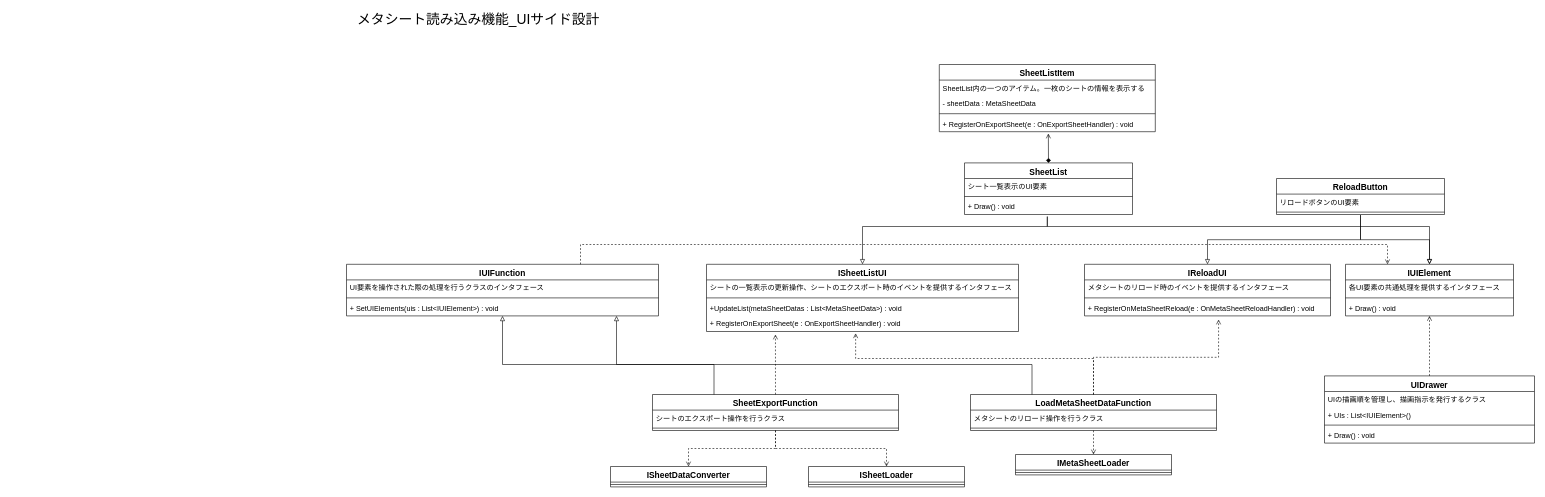
Above: Designs/メタシート読み込み機能設計_UIサイド設計.drawio in Dumble009/GoogleDriveDownloader (draw.io), before the change. Source tidied: cells renumbered, new cells numbered last; positions are measured from the earlier drawing's top-left corner, leaving out a move shared by most shapes. Both pictures are drawn from the tidied source at 60%, with x=0, y=0 at pixel (346, 10).
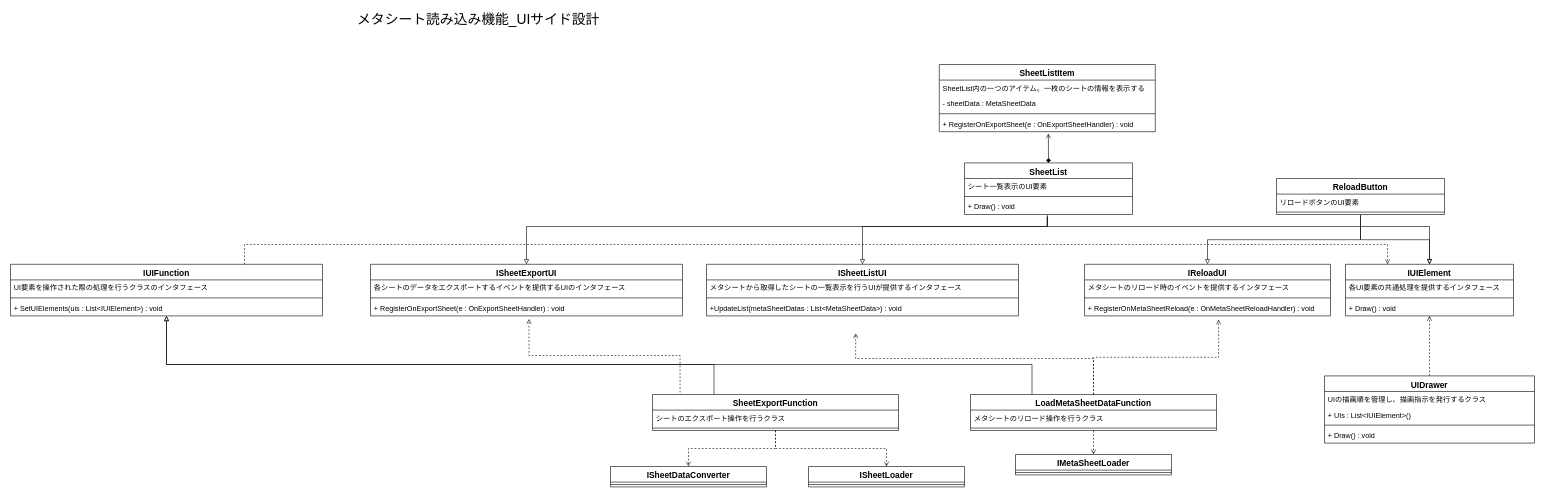
The same diagram, later.

The change refers to these unchanged cells:
```xml
<mxCell id="8" value="IUIElement" style="swimlane;fontStyle=1;align=center;verticalAlign=top;horizontal=1;startSize=26;fontSize=14;" parent="1" vertex="1">
  <mxGeometry x="1665" y="423" width="280" height="86" as="geometry" />
</mxCell>
<mxCell id="25" value="+ Draw() : void" style="text;strokeColor=none;fillColor=none;align=left;verticalAlign=top;spacingLeft=4;spacingRight=4;overflow=hidden;points=[[0,0.5],[1,0.5]];portConstraint=eastwest;" parent="22" vertex="1">
  <mxGeometry y="60" width="280" height="26" as="geometry" />
</mxCell>
<mxCell id="33" value="LoadMetaSheetDataFunction" style="swimlane;fontStyle=1;align=center;verticalAlign=top;horizontal=1;startSize=26;fontSize=14;" parent="1" vertex="1">
  <mxGeometry x="1040" y="640" width="410" height="60" as="geometry" />
</mxCell>
<mxCell id="38" value="SheetExportFunction" style="swimlane;fontStyle=1;align=center;verticalAlign=top;horizontal=1;startSize=26;fontSize=14;" parent="1" vertex="1">
  <mxGeometry x="510" y="640" width="410" height="60" as="geometry" />
</mxCell>
```

Diff of the diagram source:
```diff
@@
     <mxCell id="27" value="ISheetListUI" style="swimlane;fontStyle=1;align=center;verticalAlign=top;horizontal=1;startSize=26;fontSize=14;" parent="1" vertex="1">
-      <mxGeometry x="600" y="423" width="520" height="112" as="geometry" />
+      <mxGeometry x="600" y="423" width="520" height="86" as="geometry" />
     </mxCell>
-    <mxCell id="28" value="シートの一覧表示の更新操作、シートのエクスポート時のイベントを提供するインタフェース" style="text;strokeColor=none;fillColor=none;align=left;verticalAlign=top;spacingLeft=4;spacingRight=4;overflow=hidden;" parent="27" vertex="1">
+    <mxCell id="28" value="メタシートから取得したシートの一覧表示を行うUIが提供するインタフェース" style="text;strokeColor=none;fillColor=none;align=left;verticalAlign=top;spacingLeft=4;spacingRight=4;overflow=hidden;" parent="27" vertex="1">
       <mxGeometry y="26" width="520" height="26" as="geometry" />
     </mxCell>
@@
-    <mxCell id="31" value="+ RegisterOnExportSheet(e : OnExportSheetHandler) : void" style="text;strokeColor=none;fillColor=none;align=left;verticalAlign=top;spacingLeft=4;spacingRight=4;overflow=hidden;points=[[0,0.5],[1,0.5]];portConstraint=eastwest;" parent="27" vertex="1">
-      <mxGeometry y="86" width="520" height="26" as="geometry" />
-    </mxCell>
@@
-    <mxCell id="37" style="endArrow=open;html=1;rounded=0;fontSize=23;exitX=0.5;exitY=0;exitDx=0;exitDy=0;dashed=1;endFill=0;edgeStyle=elbowEdgeStyle;elbow=vertical;entryX=0.478;entryY=1.115;entryDx=0;entryDy=0;entryPerimeter=0;" parent="1" edge="1" source="33" target="31">
+    <mxCell id="37" style="endArrow=open;html=1;rounded=0;fontSize=23;exitX=0.5;exitY=0;exitDx=0;exitDy=0;dashed=1;endFill=0;edgeStyle=elbowEdgeStyle;elbow=vertical;entryX=0.478;entryY=1.115;entryDx=0;entryDy=0;entryPerimeter=0;" parent="1" edge="1" source="33">
       <mxGeometry relative="1" as="geometry">
+        <mxPoint x="848.6" y="538" as="targetPoint" />
         <Array as="points">
           <mxPoint x="1040" y="580" />
         </Array>
       </mxGeometry>
     </mxCell>
@@
-    <mxCell id="41" style="endArrow=open;html=1;rounded=0;fontSize=23;exitX=0.5;exitY=0;exitDx=0;exitDy=0;dashed=1;endFill=0;elbow=vertical;entryX=0.221;entryY=1.192;entryDx=0;entryDy=0;entryPerimeter=0;" parent="1" edge="1" source="38" target="31">
+    <mxCell id="41" style="endArrow=open;html=1;rounded=0;fontSize=23;exitX=0.112;exitY=-0.056;exitDx=0;exitDy=0;dashed=1;endFill=0;elbow=vertical;entryX=0.508;entryY=1.192;entryDx=0;entryDy=0;entryPerimeter=0;exitPerimeter=0;edgeStyle=elbowEdgeStyle;" parent="1" edge="1" source="38" target="31">
       <mxGeometry relative="1" as="geometry" />
     </mxCell>
@@
     <mxCell id="51" value="IUIFunction" style="swimlane;fontStyle=1;align=center;verticalAlign=top;horizontal=1;startSize=26;fontSize=14;" parent="1" vertex="1">
-      <mxGeometry y="423" width="520" height="86" as="geometry" />
+      <mxGeometry x="-560" y="423" width="520" height="86" as="geometry" />
     </mxCell>
@@
     <mxCell id="63" style="endArrow=open;html=1;rounded=0;fontSize=23;exitX=0.75;exitY=0;exitDx=0;exitDy=0;dashed=1;endFill=0;entryX=0.25;entryY=0;entryDx=0;entryDy=0;" parent="1" edge="1" source="51" target="8">
       <mxGeometry relative="1" as="geometry">
         <Array as="points">
-          <mxPoint x="390" y="390" />
+          <mxPoint x="-170" y="390" />
           <mxPoint x="1735" y="390" />
         </Array>
       </mxGeometry>
     </mxCell>
+    <mxCell id="64" value="ISheetExportUI" style="swimlane;fontStyle=1;align=center;verticalAlign=top;horizontal=1;startSize=26;fontSize=14;" parent="1" vertex="1">
+      <mxGeometry x="40" y="423" width="520" height="86" as="geometry" />
+    </mxCell>
+    <mxCell id="65" value="各シートのデータをエクスポートするイベントを提供するUIのインタフェース" style="text;strokeColor=none;fillColor=none;align=left;verticalAlign=top;spacingLeft=4;spacingRight=4;overflow=hidden;" parent="64" vertex="1">
+      <mxGeometry y="26" width="520" height="26" as="geometry" />
+    </mxCell>
+    <mxCell id="66" style="line;strokeWidth=1;fillColor=none;align=left;verticalAlign=middle;spacingTop=-1;spacingLeft=3;spacingRight=3;labelPosition=right;" parent="64" vertex="1">
+      <mxGeometry y="52" width="520" height="8" as="geometry" />
+    </mxCell>
+    <mxCell id="31" value="+ RegisterOnExportSheet(e : OnExportSheetHandler) : void" style="text;strokeColor=none;fillColor=none;align=left;verticalAlign=top;spacingLeft=4;spacingRight=4;overflow=hidden;points=[[0,0.5],[1,0.5]];portConstraint=eastwest;" parent="64" vertex="1">
+      <mxGeometry y="60" width="520" height="26" as="geometry" />
+    </mxCell>
+    <mxCell id="67" style="endArrow=block;html=1;rounded=0;fontSize=23;endFill=0;exitX=0.493;exitY=1.026;exitDx=0;exitDy=0;exitPerimeter=0;entryX=0.5;entryY=0;entryDx=0;entryDy=0;edgeStyle=elbowEdgeStyle;elbow=vertical;" parent="1" edge="1" source="25" target="64">
+      <mxGeometry relative="1" as="geometry">
+        <Array as="points">
+          <mxPoint x="850" y="360" />
+          <mxPoint x="730" y="370" />
+        </Array>
+      </mxGeometry>
+    </mxCell>
```
